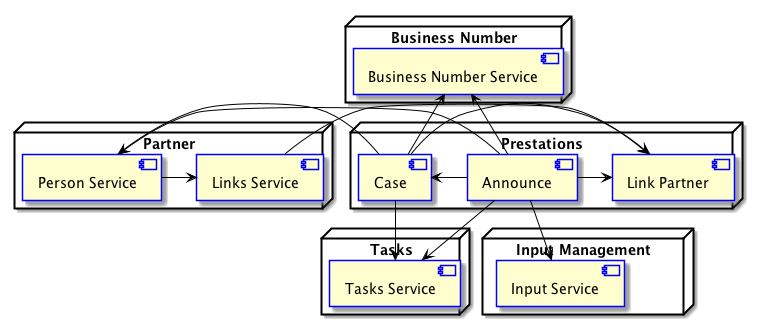
fxleloup/microservice-sandbox keeps this PlantUML diagram as doc/images/components.png. Above is the earlier version.
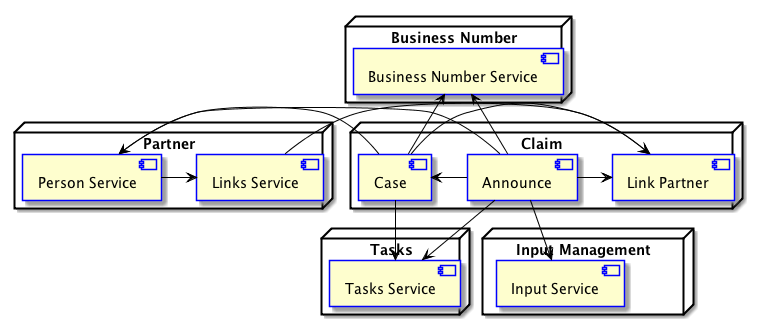
The same file after the commit.

The edit, as a diff of the source:
```diff
@@ -19,7 +19,7 @@
 node "Input Management" as im {
     [Input Service] as is
 }
-node "Prestations" as main {
+node "Claim" as main {
     [Announce] as a
     [Case] as c
     [Link Partner] as lp
```
